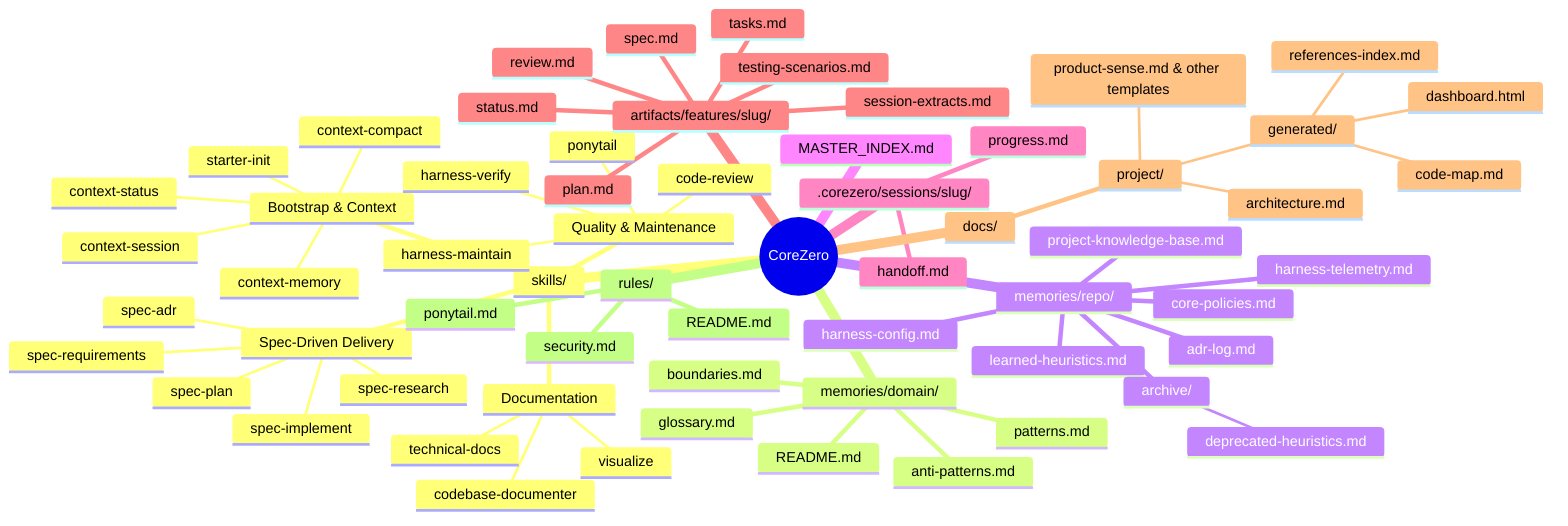
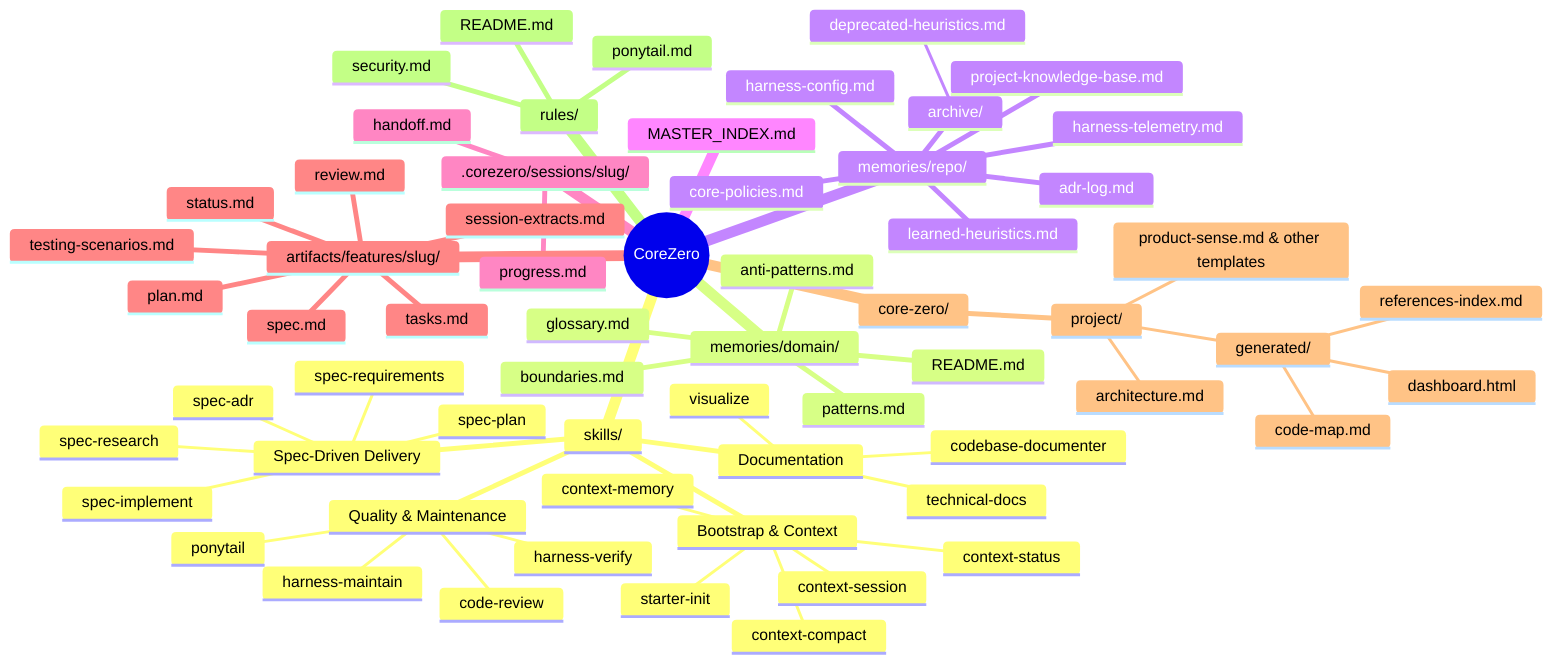
mindmap
  root((CoreZero))
    skills/
      Bootstrap &amp; Context
        starter-init
        context-session
        context-status
        context-memory
        context-compact
      Spec-Driven Delivery
        spec-research
        spec-requirements
        spec-adr
        spec-plan
        spec-implement
      Quality &amp; Maintenance
        harness-verify
        harness-maintain
        code-review
        ponytail
      Documentation
        visualize
        technical-docs
        codebase-documenter
    memories/domain/
      README.md
      glossary.md
      patterns.md
      anti-patterns.md
      boundaries.md
    memories/repo/
      core-policies.md
      project-knowledge-base.md
      learned-heuristics.md
      harness-telemetry.md
      adr-log.md
      harness-config.md
      archive/
        deprecated-heuristics.md
    MASTER_INDEX.md
    .corezero/sessions/slug/
      progress.md
      handoff.md
    artifacts/features/slug/
      status.md
      spec.md
      plan.md
      tasks.md
      review.md
      testing-scenarios.md
      session-extracts.md
-     docs/
+     core-zero/
      project/
        architecture.md
        product-sense.md &amp; other templates
        generated/
          code-map.md
          dashboard.html
          references-index.md
    rules/
      README.md
      ponytail.md
      security.md
